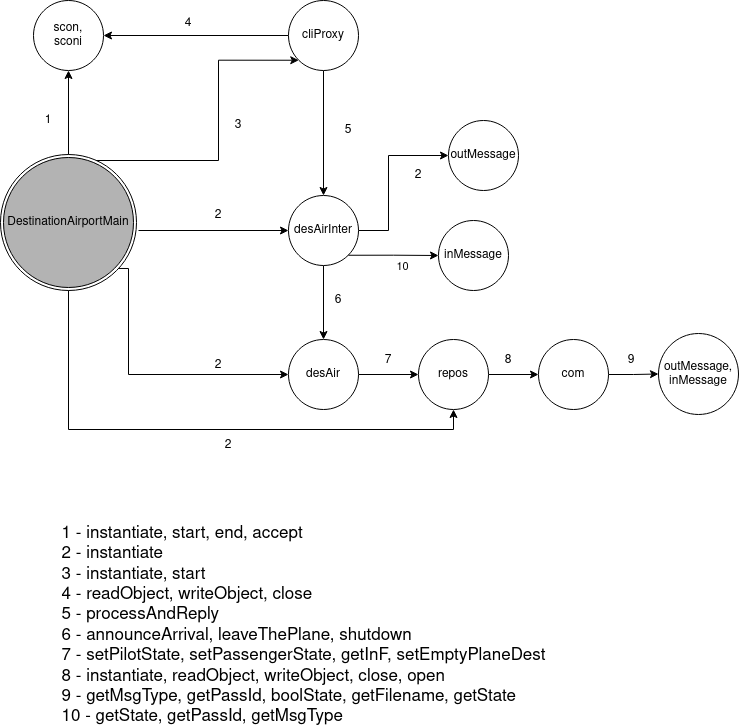
The draw.io diagram assignment3/diagramas/DestinationAirportDiagram.png in MarianaPinto17/SD, before a commit. Source tidied: cells renumbered, new cells last; positions are measured from the earlier drawing's top-left corner, leaving out a move shared by most shapes.
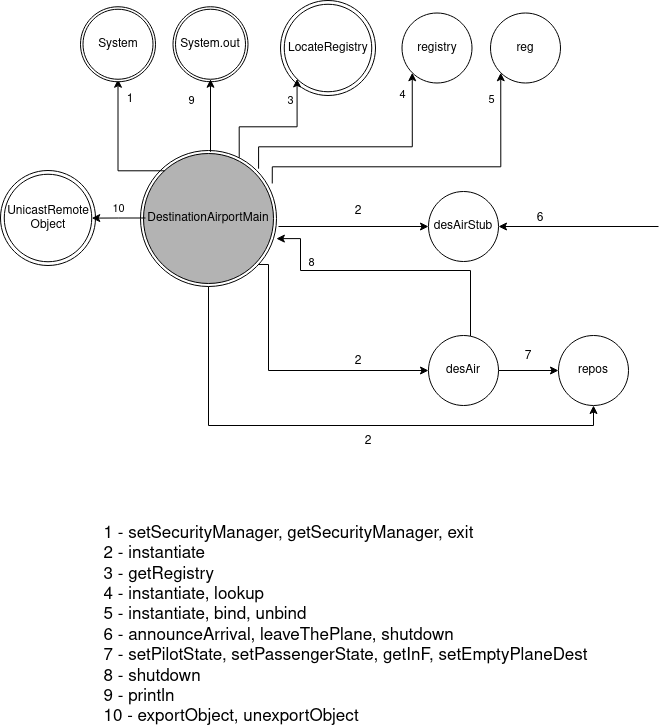
The same file after the commit.

Change to the diagram source:
```diff
@@ -10,17 +10,6 @@
         </Array>
       </mxGeometry>
     </mxCell>
-    <mxCell id="3" style="edgeStyle=orthogonalEdgeStyle;rounded=0;jettySize=auto;html=1;entryX=0.5;entryY=1;entryDx=0;entryDy=0;exitX=0.5;exitY=0;exitDx=0;exitDy=0;" parent="1" edge="1" source="36" target="7">
-      <mxGeometry relative="1" as="geometry" />
-    </mxCell>
-    <mxCell id="4" style="edgeStyle=orthogonalEdgeStyle;rounded=0;jettySize=auto;html=1;entryX=0;entryY=1;entryDx=0;entryDy=0;" parent="1" edge="1" source="36" target="10">
-      <mxGeometry relative="1" as="geometry">
-        <Array as="points">
-          <mxPoint x="218" y="160" />
-          <mxPoint x="218" y="60" />
-        </Array>
-      </mxGeometry>
-    </mxCell>
     <mxCell id="5" style="edgeStyle=orthogonalEdgeStyle;rounded=0;jettySize=auto;html=1;entryX=0;entryY=0.5;entryDx=0;entryDy=0;" parent="1" edge="1" target="13">
       <mxGeometry relative="1" as="geometry">
         <mxPoint x="138" y="230" as="sourcePoint" />
@@ -34,92 +23,52 @@
         </Array>
       </mxGeometry>
     </mxCell>
-    <mxCell id="7" value="scon,&lt;br&gt;sconi" style="ellipse;whiteSpace=wrap;html=1;align=center;" parent="1" vertex="1">
-      <mxGeometry x="33" width="70" height="70" as="geometry" />
-    </mxCell>
-    <mxCell id="8" style="edgeStyle=orthogonalEdgeStyle;rounded=0;jettySize=auto;html=1;entryX=1;entryY=0.5;entryDx=0;entryDy=0;" parent="1" edge="1" source="10" target="7">
-      <mxGeometry relative="1" as="geometry" />
-    </mxCell>
-    <mxCell id="9" style="edgeStyle=orthogonalEdgeStyle;rounded=0;jettySize=auto;html=1;entryX=0.5;entryY=0;entryDx=0;entryDy=0;" parent="1" edge="1" source="10" target="13">
-      <mxGeometry relative="1" as="geometry" />
+    <mxCell id="9" style="edgeStyle=orthogonalEdgeStyle;rounded=0;jettySize=auto;html=1;entryX=1;entryY=0.5;entryDx=0;entryDy=0;" parent="1" edge="1" target="13">
+      <mxGeometry relative="1" as="geometry">
+        <mxPoint x="518" y="230" as="sourcePoint" />
+      </mxGeometry>
     </mxCell>
-    <mxCell id="10" value="cliProxy" style="ellipse;whiteSpace=wrap;html=1;align=center;" parent="1" vertex="1">
-      <mxGeometry x="288" width="70" height="70" as="geometry" />
-    </mxCell>
-    <mxCell id="11" style="edgeStyle=orthogonalEdgeStyle;rounded=0;jettySize=auto;html=1;entryX=0.5;entryY=0;entryDx=0;entryDy=0;" parent="1" edge="1" source="13" target="16">
-      <mxGeometry relative="1" as="geometry" />
-    </mxCell>
-    <mxCell id="12" style="edgeStyle=orthogonalEdgeStyle;rounded=0;jettySize=auto;html=1;entryX=0;entryY=0.5;entryDx=0;entryDy=0;" parent="1" edge="1" source="13" target="14">
-      <mxGeometry relative="1" as="geometry">
-        <Array as="points">
-          <mxPoint x="388" y="230" />
-          <mxPoint x="388" y="155" />
-        </Array>
-      </mxGeometry>
-    </mxCell>
-    <mxCell id="13" value="desAirInter" style="ellipse;whiteSpace=wrap;html=1;align=center;" parent="1" vertex="1">
+    <mxCell id="13" value="desAirStub" style="ellipse;whiteSpace=wrap;html=1;align=center;" parent="1" vertex="1">
       <mxGeometry x="288" y="195" width="70" height="70" as="geometry" />
     </mxCell>
-    <mxCell id="14" value="outMessage" style="ellipse;whiteSpace=wrap;html=1;align=center;" parent="1" vertex="1">
-      <mxGeometry x="448" y="120" width="70" height="70" as="geometry" />
-    </mxCell>
     <mxCell id="15" style="edgeStyle=orthogonalEdgeStyle;rounded=0;jettySize=auto;html=1;entryX=0;entryY=0.5;entryDx=0;entryDy=0;" parent="1" edge="1" source="16" target="26">
       <mxGeometry relative="1" as="geometry" />
     </mxCell>
+    <mxCell id="41" style="edgeStyle=orthogonalEdgeStyle;rounded=0;jettySize=auto;html=1;entryX=0.999;entryY=0.648;entryDx=0;entryDy=0;entryPerimeter=0;" parent="1" edge="1" source="16" target="35">
+      <mxGeometry relative="1" as="geometry">
+        <Array as="points">
+          <mxPoint x="330" y="274" />
+          <mxPoint x="160" y="274" />
+          <mxPoint x="160" y="242" />
+        </Array>
+      </mxGeometry>
+    </mxCell>
+    <mxCell id="32" value="8" style="edgeLabel;html=1;align=center;verticalAlign=middle;" parent="41" vertex="1">
+      <mxGeometry x="0.32" relative="1" as="geometry">
+        <mxPoint x="-33" y="-9" as="offset" />
+      </mxGeometry>
+    </mxCell>
     <mxCell id="16" value="desAir" style="ellipse;whiteSpace=wrap;html=1;align=center;" parent="1" vertex="1">
       <mxGeometry x="288" y="339" width="70" height="70" as="geometry" />
     </mxCell>
-    <mxCell id="17" value="1" style="text;html=1;strokeColor=none;fillColor=none;align=center;verticalAlign=middle;whiteSpace=wrap;rounded=0;" parent="1" vertex="1">
-      <mxGeometry x="28" y="110" width="40" height="20" as="geometry" />
-    </mxCell>
-    <mxCell id="18" value="4" style="text;html=1;strokeColor=none;fillColor=none;align=center;verticalAlign=middle;whiteSpace=wrap;rounded=0;" parent="1" vertex="1">
-      <mxGeometry x="168" y="13" width="40" height="20" as="geometry" />
-    </mxCell>
-    <mxCell id="19" value="5" style="text;html=1;strokeColor=none;fillColor=none;align=center;verticalAlign=middle;whiteSpace=wrap;rounded=0;" parent="1" vertex="1">
-      <mxGeometry x="328" y="120" width="40" height="20" as="geometry" />
-    </mxCell>
-    <mxCell id="20" value="&lt;div&gt;3&lt;/div&gt;" style="text;html=1;strokeColor=none;fillColor=none;align=center;verticalAlign=middle;whiteSpace=wrap;rounded=0;" parent="1" vertex="1">
-      <mxGeometry x="218" y="110" width="40" height="30" as="geometry" />
-    </mxCell>
     <mxCell id="21" value="2" style="text;html=1;strokeColor=none;fillColor=none;align=center;verticalAlign=middle;whiteSpace=wrap;rounded=0;" parent="1" vertex="1">
       <mxGeometry x="198" y="200" width="40" height="30" as="geometry" />
     </mxCell>
-    <mxCell id="22" value="2" style="text;html=1;strokeColor=none;fillColor=none;align=center;verticalAlign=middle;whiteSpace=wrap;rounded=0;" parent="1" vertex="1">
-      <mxGeometry x="398" y="160" width="40" height="30" as="geometry" />
-    </mxCell>
     <mxCell id="23" value="2" style="text;html=1;strokeColor=none;fillColor=none;align=center;verticalAlign=middle;whiteSpace=wrap;rounded=0;" parent="1" vertex="1">
       <mxGeometry x="198" y="350" width="40" height="30" as="geometry" />
     </mxCell>
     <mxCell id="24" value="6" style="text;html=1;strokeColor=none;fillColor=none;align=center;verticalAlign=middle;whiteSpace=wrap;rounded=0;" parent="1" vertex="1">
-      <mxGeometry x="318" y="290" width="40" height="20" as="geometry" />
+      <mxGeometry x="380" y="212" width="40" height="20" as="geometry" />
     </mxCell>
-    <mxCell id="25" style="edgeStyle=orthogonalEdgeStyle;rounded=0;jettySize=auto;html=1;" parent="1" edge="1" source="26" target="28">
-      <mxGeometry relative="1" as="geometry" />
-    </mxCell>
     <mxCell id="26" value="repos" style="ellipse;whiteSpace=wrap;html=1;align=center;" parent="1" vertex="1">
       <mxGeometry x="418" y="339" width="70" height="70" as="geometry" />
     </mxCell>
-    <mxCell id="27" style="edgeStyle=orthogonalEdgeStyle;rounded=0;jettySize=auto;html=1;entryX=0;entryY=0.5;entryDx=0;entryDy=0;" parent="1" edge="1" source="28" target="29">
-      <mxGeometry relative="1" as="geometry" />
-    </mxCell>
-    <mxCell id="28" value="com" style="ellipse;whiteSpace=wrap;html=1;align=center;" parent="1" vertex="1">
-      <mxGeometry x="538" y="339" width="70" height="70" as="geometry" />
-    </mxCell>
-    <mxCell id="29" value="&lt;div&gt;outMessage,&lt;/div&gt;&lt;div&gt;inMessage&lt;br&gt;&lt;/div&gt;" style="ellipse;whiteSpace=wrap;html=1;align=center;" parent="1" vertex="1">
-      <mxGeometry x="658" y="333" width="80" height="81" as="geometry" />
-    </mxCell>
     <mxCell id="30" value="2" style="text;html=1;strokeColor=none;fillColor=none;align=center;verticalAlign=middle;whiteSpace=wrap;rounded=0;" parent="1" vertex="1">
       <mxGeometry x="208" y="435" width="40" height="20" as="geometry" />
     </mxCell>
     <mxCell id="31" value="7" style="text;html=1;strokeColor=none;fillColor=none;align=center;verticalAlign=middle;whiteSpace=wrap;rounded=0;" parent="1" vertex="1">
       <mxGeometry x="368" y="350" width="40" height="20" as="geometry" />
     </mxCell>
-    <mxCell id="32" value="8" style="text;html=1;strokeColor=none;fillColor=none;align=center;verticalAlign=middle;whiteSpace=wrap;rounded=0;" parent="1" vertex="1">
-      <mxGeometry x="488" y="350" width="40" height="20" as="geometry" />
-    </mxCell>
-    <mxCell id="33" value="9" style="text;html=1;strokeColor=none;fillColor=none;align=center;verticalAlign=middle;whiteSpace=wrap;rounded=0;" parent="1" vertex="1">
-      <mxGeometry x="611" y="350" width="40" height="20" as="geometry" />
-    </mxCell>
     <mxCell id="34" style="group;" parent="1" vertex="1">
       <mxGeometry y="154" width="136" height="136" as="geometry" />
     </mxCell>
@@ -129,21 +78,124 @@
     <mxCell id="36" value="DestinationAirportMain" style="ellipse;whiteSpace=wrap;html=1;align=center;strokeColor=#000000;fillColor=#B3B3B3;" parent="34" vertex="1">
       <mxGeometry x="3" y="3" width="130" height="130" as="geometry" />
     </mxCell>
-    <mxCell id="37" value="&lt;div style=&quot;font-size: 17px&quot; align=&quot;left&quot;&gt;&lt;font style=&quot;font-size: 17px&quot;&gt;1 - instantiate, start, end, accept&lt;/font&gt;&lt;/div&gt;&lt;div style=&quot;font-size: 17px&quot; align=&quot;left&quot;&gt;&lt;font style=&quot;font-size: 17px&quot;&gt;2 - instantiate&lt;/font&gt;&lt;/div&gt;&lt;div style=&quot;font-size: 17px&quot; align=&quot;left&quot;&gt;&lt;font style=&quot;font-size: 17px&quot;&gt;3 - instantiate, start&lt;/font&gt;&lt;/div&gt;&lt;div style=&quot;font-size: 17px&quot; align=&quot;left&quot;&gt;&lt;font style=&quot;font-size: 17px&quot;&gt;4 - readObject, writeObject, close&lt;/font&gt;&lt;/div&gt;&lt;div style=&quot;font-size: 17px&quot; align=&quot;left&quot;&gt;&lt;font style=&quot;font-size: 17px&quot;&gt;5 - processAndReply&lt;/font&gt;&lt;/div&gt;&lt;div style=&quot;font-size: 17px&quot; align=&quot;left&quot;&gt;&lt;font style=&quot;font-size: 17px&quot;&gt;6 - announceArrival, leaveThePlane, shutdown&lt;br&gt;&lt;/font&gt;&lt;/div&gt;&lt;div style=&quot;font-size: 17px&quot; align=&quot;left&quot;&gt;&lt;font style=&quot;font-size: 17px&quot;&gt;7 - setPilotState, setPassengerState, getInF, setEmptyPlaneDest&lt;br&gt;&lt;/font&gt;&lt;/div&gt;&lt;div style=&quot;font-size: 17px&quot; align=&quot;left&quot;&gt;&lt;font style=&quot;font-size: 17px&quot;&gt;8 - instantiate, readObject, writeObject, close, open&lt;br&gt;&lt;/font&gt;&lt;/div&gt;&lt;div style=&quot;font-size: 17px&quot; align=&quot;left&quot;&gt;&lt;font style=&quot;font-size: 17px&quot;&gt;9 - getMsgType, getPassId, boolState, getFilename, getState&lt;/font&gt;&lt;/div&gt;&lt;div style=&quot;font-size: 17px&quot; align=&quot;left&quot;&gt;&lt;font style=&quot;font-size: 17px&quot;&gt;10 - getState, getPassId, getMsgType&lt;br&gt;&lt;/font&gt;&lt;/div&gt;" style="text;html=1;align=center;verticalAlign=middle;strokeColor=none;" parent="1" vertex="1">
-      <mxGeometry x="53" y="550" width="500" height="150" as="geometry" />
+    <mxCell id="37" value="&lt;div style=&quot;font-size: 17px&quot; align=&quot;left&quot;&gt;&lt;font style=&quot;font-size: 17px&quot;&gt;1 - setSecurityManager, getSecurityManager, exit&lt;br&gt;&lt;/font&gt;&lt;/div&gt;&lt;div style=&quot;font-size: 17px&quot; align=&quot;left&quot;&gt;&lt;font style=&quot;font-size: 17px&quot;&gt;2 - instantiate&lt;/font&gt;&lt;/div&gt;&lt;div style=&quot;font-size: 17px&quot; align=&quot;left&quot;&gt;&lt;font style=&quot;font-size: 17px&quot;&gt;3 - getRegistry&lt;br&gt;&lt;/font&gt;&lt;/div&gt;&lt;div style=&quot;font-size: 17px&quot; align=&quot;left&quot;&gt;&lt;font style=&quot;font-size: 17px&quot;&gt;4 - instantiate, lookup&lt;/font&gt;&lt;/div&gt;&lt;div style=&quot;font-size: 17px&quot; align=&quot;left&quot;&gt;&lt;font style=&quot;font-size: 17px&quot;&gt;&lt;/font&gt;&lt;font style=&quot;font-size: 17px&quot;&gt;&lt;span&gt;&lt;/span&gt;&lt;span&gt;&lt;/span&gt;5 - instantiate, bind, unbind&lt;/font&gt;&lt;/div&gt;&lt;div style=&quot;font-size: 17px&quot; align=&quot;left&quot;&gt;&lt;font style=&quot;font-size: 17px&quot;&gt;6 - announceArrival, leaveThePlane, shutdown&lt;br&gt;&lt;/font&gt;&lt;/div&gt;&lt;div style=&quot;font-size: 17px&quot; align=&quot;left&quot;&gt;&lt;font style=&quot;font-size: 17px&quot;&gt;7 - setPilotState, setPassengerState, getInF, setEmptyPlaneDest&lt;br&gt;&lt;/font&gt;&lt;/div&gt;&lt;div style=&quot;font-size: 17px&quot; align=&quot;left&quot;&gt;&lt;font style=&quot;font-size: 17px&quot;&gt;8 - shutdown&lt;br&gt;&lt;/font&gt;&lt;/div&gt;&lt;div style=&quot;font-size: 17px&quot; align=&quot;left&quot;&gt;&lt;font style=&quot;font-size: 17px&quot;&gt;9 - println&lt;/font&gt;&lt;font style=&quot;font-size: 17px&quot;&gt;&lt;br&gt;&lt;/font&gt;&lt;/div&gt;&lt;div style=&quot;font-size: 17px&quot; align=&quot;left&quot;&gt;&lt;font style=&quot;font-size: 17px&quot;&gt;10 - exportObject, unexportObject&lt;/font&gt;&lt;/div&gt;" style="text;html=1;align=center;verticalAlign=middle;strokeColor=none;" parent="1" vertex="1">
+      <mxGeometry x="-45" y="554" width="500" height="150" as="geometry" />
     </mxCell>
-    <mxCell id="38" style="edgeStyle=orthogonalEdgeStyle;rounded=0;jettySize=auto;html=1;exitX=1;exitY=1;exitDx=0;exitDy=0;" parent="1" edge="1" target="40">
-      <mxGeometry relative="1" as="geometry">
-        <mxPoint x="347.7" y="254.7" as="sourcePoint" />
-      </mxGeometry>
-    </mxCell>
+    <mxCell id="42" style="group;" parent="1" vertex="1">
+      <mxGeometry x="-140" y="174" width="95" height="95" as="geometry" />
+    </mxCell>
+    <mxCell id="43" value="LocateRegistry" style="ellipse;whiteSpace=wrap;html=1;align=center;" parent="42" vertex="1">
+      <mxGeometry width="95" height="95" as="geometry" />
+    </mxCell>
+    <mxCell id="44" value="&lt;div&gt;UnicastRemote&lt;/div&gt;&lt;div&gt;Object&lt;br&gt;&lt;/div&gt;" style="ellipse;whiteSpace=wrap;html=1;align=center;" parent="42" vertex="1">
+      <mxGeometry x="3.8" y="3.8" width="87.5" height="87.5" as="geometry" />
+    </mxCell>
+    <mxCell id="45" style="edgeStyle=orthogonalEdgeStyle;rounded=0;jettySize=auto;html=1;" parent="1" edge="1" target="44">
+      <mxGeometry relative="1" as="geometry">
+        <mxPoint x="5" y="221.5" as="sourcePoint" />
+      </mxGeometry>
+    </mxCell>
-    <mxCell id="39" value="10" style="edgeLabel;html=1;align=center;verticalAlign=middle;" parent="38" vertex="1">
-      <mxGeometry x="0.34" y="2" relative="1" as="geometry">
-        <mxPoint x="-7" y="12" as="offset" />
+    <mxCell id="39" value="10" style="edgeLabel;html=1;align=center;verticalAlign=middle;" parent="45" vertex="1">
+      <mxGeometry x="-0.16" relative="1" as="geometry">
+        <mxPoint x="-5" y="-10" as="offset" />
       </mxGeometry>
     </mxCell>
-    <mxCell id="40" value="inMessage" style="ellipse;whiteSpace=wrap;html=1;align=center;" parent="1" vertex="1">
-      <mxGeometry x="438" y="220" width="70" height="70" as="geometry" />
-    </mxCell>
+    <mxCell id="46" style="edgeStyle=orthogonalEdgeStyle;rounded=0;jettySize=auto;html=1;entryX=0.5;entryY=1;entryDx=0;entryDy=0;exitX=0;exitY=0;exitDx=0;exitDy=0;" parent="1" edge="1" target="49">
+      <mxGeometry relative="1" as="geometry">
+        <mxPoint x="24" y="174.3" as="sourcePoint" />
+      </mxGeometry>
+    </mxCell>
+    <mxCell id="17" value="1" style="text;html=1;strokeColor=none;fillColor=none;align=center;verticalAlign=middle;whiteSpace=wrap;rounded=0;" parent="1" vertex="1">
+      <mxGeometry x="-30" y="92.8" width="40" height="20" as="geometry" />
+    </mxCell>
+    <mxCell id="47" style="group;" parent="1" vertex="1">
+      <mxGeometry x="-60" y="10.2" width="75" height="75" as="geometry" />
+    </mxCell>
+    <mxCell id="48" value="System" style="ellipse;whiteSpace=wrap;html=1;align=center;" parent="47" vertex="1">
+      <mxGeometry width="75" height="75" as="geometry" />
+    </mxCell>
+    <mxCell id="49" value="System" style="ellipse;whiteSpace=wrap;html=1;align=center;" parent="47" vertex="1">
+      <mxGeometry x="2.5" y="2.5" width="70" height="70" as="geometry" />
+    </mxCell>
+    <mxCell id="50" style="group;" parent="1" vertex="1">
+      <mxGeometry x="32.5" y="10.2" width="75" height="75" as="geometry" />
+    </mxCell>
+    <mxCell id="51" value="System" style="ellipse;whiteSpace=wrap;html=1;align=center;" parent="50" vertex="1">
+      <mxGeometry width="75" height="75" as="geometry" />
+    </mxCell>
+    <mxCell id="52" value="System.out" style="ellipse;whiteSpace=wrap;html=1;align=center;" parent="50" vertex="1">
+      <mxGeometry x="2.5" y="2.5" width="70" height="70" as="geometry" />
+    </mxCell>
+    <mxCell id="53" style="edgeStyle=orthogonalEdgeStyle;rounded=0;jettySize=auto;html=1;exitX=0.5;exitY=0;exitDx=0;exitDy=0;entryX=0.5;entryY=1;entryDx=0;entryDy=0;" parent="1" edge="1" target="52">
+      <mxGeometry relative="1" as="geometry">
+        <mxPoint x="70" y="155.2" as="sourcePoint" />
+        <Array as="points">
+          <mxPoint x="70" y="83.2" />
+          <mxPoint x="70" y="83.2" />
+        </Array>
+      </mxGeometry>
+    </mxCell>
+    <mxCell id="33" value="9" style="edgeLabel;html=1;align=center;verticalAlign=middle;" parent="53" vertex="1">
+      <mxGeometry x="-0.24" relative="1" as="geometry">
+        <mxPoint x="-20" y="-24" as="offset" />
+      </mxGeometry>
+    </mxCell>
+    <mxCell id="54" style="group;" parent="1" vertex="1">
+      <mxGeometry x="140" y="4" width="95" height="95" as="geometry" />
+    </mxCell>
+    <mxCell id="55" value="LocateRegistry" style="ellipse;whiteSpace=wrap;html=1;align=center;" parent="54" vertex="1">
+      <mxGeometry width="95" height="95" as="geometry" />
+    </mxCell>
+    <mxCell id="56" value="LocateRegistry" style="ellipse;whiteSpace=wrap;html=1;align=center;" parent="54" vertex="1">
+      <mxGeometry x="3.8" y="3.8" width="87.5" height="87.5" as="geometry" />
+    </mxCell>
+    <mxCell id="57" style="edgeStyle=orthogonalEdgeStyle;rounded=0;jettySize=auto;html=1;entryX=0;entryY=1;entryDx=0;entryDy=0;exitX=0.721;exitY=0.045;exitDx=0;exitDy=0;exitPerimeter=0;" parent="1" edge="1" target="56">
+      <mxGeometry relative="1" as="geometry">
+        <mxPoint x="98.7" y="161.1" as="sourcePoint" />
+        <Array as="points">
+          <mxPoint x="99" y="130.2" />
+          <mxPoint x="157" y="130.2" />
+        </Array>
+      </mxGeometry>
+    </mxCell>
+    <mxCell id="20" value="3" style="edgeLabel;html=1;align=center;verticalAlign=middle;" parent="57" vertex="1">
+      <mxGeometry x="0.58" y="-3" relative="1" as="geometry">
+        <mxPoint x="-10" y="-7" as="offset" />
+      </mxGeometry>
+    </mxCell>
+    <mxCell id="58" value="registry" style="ellipse;whiteSpace=wrap;html=1;align=center;" parent="1" vertex="1">
+      <mxGeometry x="261.5" y="16.5" width="70" height="70" as="geometry" />
+    </mxCell>
+    <mxCell id="59" style="edgeStyle=orthogonalEdgeStyle;rounded=0;jettySize=auto;html=1;exitX=1;exitY=0;exitDx=0;exitDy=0;entryX=0;entryY=1;entryDx=0;entryDy=0;" parent="1" edge="1" target="58">
+      <mxGeometry relative="1" as="geometry">
+        <mxPoint x="118.1" y="172.2" as="sourcePoint" />
+        <Array as="points">
+          <mxPoint x="118" y="150.2" />
+          <mxPoint x="272" y="150.2" />
+        </Array>
+      </mxGeometry>
+    </mxCell>
+    <mxCell id="18" value="4" style="edgeLabel;html=1;align=center;verticalAlign=middle;" parent="59" vertex="1">
+      <mxGeometry x="0.52" y="-3" relative="1" as="geometry">
+        <mxPoint x="-13" y="-38" as="offset" />
+      </mxGeometry>
+    </mxCell>
+    <mxCell id="60" value="reg" style="ellipse;whiteSpace=wrap;html=1;align=center;" parent="1" vertex="1">
+      <mxGeometry x="350" y="16.5" width="70" height="70" as="geometry" />
+    </mxCell>
+    <mxCell id="61" style="edgeStyle=orthogonalEdgeStyle;rounded=0;jettySize=auto;html=1;exitX=0.975;exitY=0.244;exitDx=0;exitDy=0;entryX=0;entryY=1;entryDx=0;entryDy=0;exitPerimeter=0;" parent="1" edge="1" target="60">
+      <mxGeometry relative="1" as="geometry">
+        <mxPoint x="131.8" y="187" as="sourcePoint" />
+        <Array as="points">
+          <mxPoint x="132" y="170.2" />
+          <mxPoint x="360" y="170.2" />
+        </Array>
+      </mxGeometry>
+    </mxCell>
+    <mxCell id="19" value="5" style="edgeLabel;html=1;align=center;verticalAlign=middle;" parent="61" vertex="1">
+      <mxGeometry x="0.87" y="3" relative="1" as="geometry">
+        <mxPoint x="-7" y="5" as="offset" />
+      </mxGeometry>
+    </mxCell>
   </root>
 </mxGraphModel>
```
